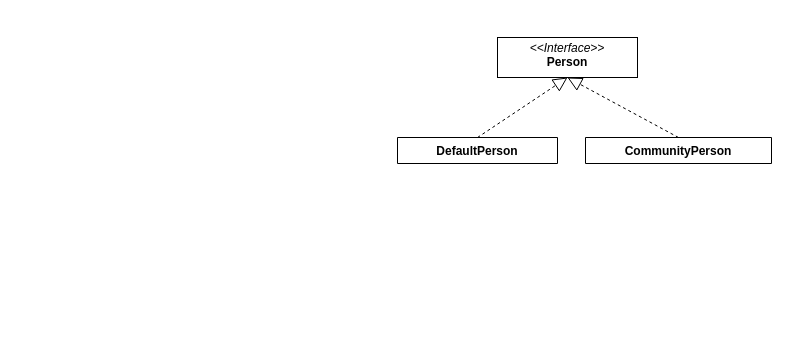
This is diagrams/Abstract Person Factory Class.drawio from rolkon/covid-gof-patterns, a draw.io file, before an edit. Source tidied: cells renumbered, new cells numbered last; positions are measured from the earlier drawing's top-left corner, leaving out a move shared by most shapes. Both pictures are drawn from the tidied source at 100%, with x=0, y=0 at pixel (397, 37).
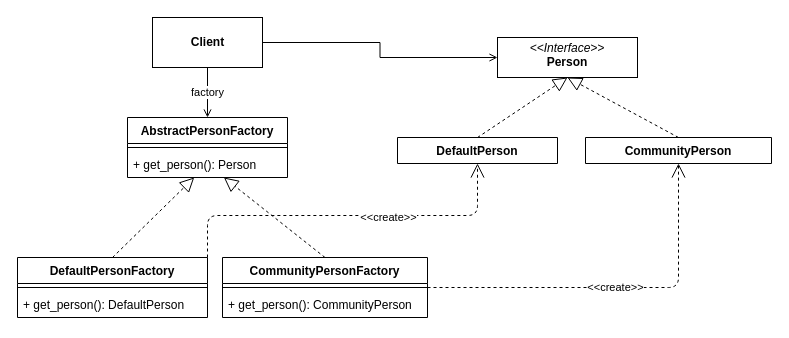
The same diagram, later.

Unchanged cells that the change refers to:
```xml
<mxCell id="2" value="&lt;p style=&quot;margin: 0px ; margin-top: 4px ; text-align: center&quot;&gt;&lt;i&gt;&amp;lt;&amp;lt;Interface&amp;gt;&amp;gt;&lt;/i&gt;&lt;br&gt;&lt;b&gt;Person&lt;/b&gt;&lt;/p&gt;&lt;p style=&quot;margin: 0px ; margin-left: 4px&quot;&gt;&lt;br&gt;&lt;/p&gt;" style="verticalAlign=top;align=left;overflow=fill;fontSize=12;fontFamily=Helvetica;html=1;" parent="1" vertex="1">
  <mxGeometry x="100" width="140" height="40" as="geometry" />
</mxCell>
<mxCell id="5" value="CommunityPerson" style="swimlane;fontStyle=1;align=center;verticalAlign=top;horizontal=1;startSize=26;" parent="1" vertex="1" collapsed="1">
  <mxGeometry x="188" y="100" width="186" height="26" as="geometry" />
</mxCell>
<mxCell id="6" value="DefaultPerson" style="swimlane;fontStyle=1;align=center;verticalAlign=top;horizontal=1;startSize=26;" parent="1" vertex="1" collapsed="1">
  <mxGeometry y="100" width="160" height="26" as="geometry" />
</mxCell>
```

Diff of the diagram source:
```diff
@@
+    <mxCell id="7" value="factory" style="edgeStyle=orthogonalEdgeStyle;rounded=0;jettySize=auto;html=1;exitX=0.5;exitY=1;exitDx=0;exitDy=0;entryX=0.5;entryY=0;entryDx=0;entryDy=0;endArrow=open;endFill=0;" parent="1" edge="1" source="9" target="21">
+      <mxGeometry relative="1" as="geometry" />
+    </mxCell>
+    <mxCell id="8" style="edgeStyle=orthogonalEdgeStyle;rounded=0;jumpStyle=sharp;jettySize=auto;html=1;endArrow=open;endFill=0;" parent="1" edge="1" source="9" target="2">
+      <mxGeometry relative="1" as="geometry" />
+    </mxCell>
+    <mxCell id="9" value="&lt;b&gt;Client&lt;/b&gt;" style="html=1;" parent="1" vertex="1">
+      <mxGeometry x="-245" y="-20" width="110" height="50" as="geometry" />
+    </mxCell>
+    <mxCell id="10" style="endArrow=block;dashed=1;endFill=0;endSize=12;html=1;exitX=0.5;exitY=0;exitDx=0;exitDy=0;" parent="1" edge="1" source="18" target="23">
+      <mxGeometry relative="1" as="geometry" />
+    </mxCell>
+    <mxCell id="11" style="endArrow=block;dashed=1;endFill=0;endSize=12;html=1;exitX=0.5;exitY=0;exitDx=0;exitDy=0;" parent="1" edge="1" source="15" target="23">
+      <mxGeometry relative="1" as="geometry" />
+    </mxCell>
+    <mxCell id="12" style="edgeStyle=orthogonalEdgeStyle;rounded=1;jettySize=auto;html=1;exitX=1;exitY=0;exitDx=0;exitDy=0;entryX=0.5;entryY=1;entryDx=0;entryDy=0;dashed=1;endArrow=open;endSize=12;" parent="1" edge="1" source="18" target="6">
+      <mxGeometry relative="1" as="geometry" />
+    </mxCell>
+    <mxCell id="13" value="&amp;lt;&amp;lt;create&amp;gt;&amp;gt;" style="edgeLabel;html=1;align=center;verticalAlign=middle;" parent="12" vertex="1">
+      <mxGeometry x="0.22" y="-1" relative="1" as="geometry" />
+    </mxCell>
+    <mxCell id="14" value="&amp;lt;&amp;lt;create&amp;gt;&amp;gt;" style="endArrow=open;endSize=12;dashed=1;html=1;entryX=0.5;entryY=1;entryDx=0;entryDy=0;exitX=1;exitY=0.5;exitDx=0;exitDy=0;jumpStyle=sharp;edgeStyle=orthogonalEdgeStyle;" parent="1" edge="1" source="15" target="5">
+      <mxGeometry relative="1" as="geometry" />
+    </mxCell>
+    <mxCell id="15" value="CommunityPersonFactory" style="swimlane;fontStyle=1;align=center;verticalAlign=top;horizontal=1;startSize=26;" parent="1" vertex="1">
+      <mxGeometry x="-175" y="220" width="205" height="60" as="geometry" />
+    </mxCell>
+    <mxCell id="16" style="line;strokeWidth=1;fillColor=none;align=left;verticalAlign=middle;spacingTop=-1;spacingLeft=3;spacingRight=3;labelPosition=right;" parent="15" vertex="1">
+      <mxGeometry y="26" width="205" height="8" as="geometry" />
+    </mxCell>
+    <mxCell id="17" value="+ get_person(): CommunityPerson" style="text;strokeColor=none;fillColor=none;align=left;verticalAlign=top;spacingLeft=4;spacingRight=4;overflow=hidden;" parent="15" vertex="1">
+      <mxGeometry y="34" width="205" height="26" as="geometry" />
+    </mxCell>
+    <mxCell id="18" value="DefaultPersonFactory" style="swimlane;fontStyle=1;align=center;verticalAlign=top;horizontal=1;startSize=26;" parent="1" vertex="1">
+      <mxGeometry x="-380" y="220" width="190" height="60" as="geometry" />
+    </mxCell>
+    <mxCell id="19" style="line;strokeWidth=1;fillColor=none;align=left;verticalAlign=middle;spacingTop=-1;spacingLeft=3;spacingRight=3;labelPosition=right;" parent="18" vertex="1">
+      <mxGeometry y="26" width="190" height="8" as="geometry" />
+    </mxCell>
+    <mxCell id="20" value="+ get_person(): DefaultPerson" style="text;strokeColor=none;fillColor=none;align=left;verticalAlign=top;spacingLeft=4;spacingRight=4;overflow=hidden;" parent="18" vertex="1">
+      <mxGeometry y="34" width="190" height="26" as="geometry" />
+    </mxCell>
+    <mxCell id="21" value="AbstractPersonFactory" style="swimlane;fontStyle=1;align=center;verticalAlign=top;horizontal=1;startSize=26;" parent="1" vertex="1">
+      <mxGeometry x="-270" y="80" width="160" height="60" as="geometry" />
+    </mxCell>
+    <mxCell id="22" style="line;strokeWidth=1;fillColor=none;align=left;verticalAlign=middle;spacingTop=-1;spacingLeft=3;spacingRight=3;labelPosition=right;" parent="21" vertex="1">
+      <mxGeometry y="26" width="160" height="8" as="geometry" />
+    </mxCell>
+    <mxCell id="23" value="+ get_person(): Person" style="text;strokeColor=none;fillColor=none;align=left;verticalAlign=top;spacingLeft=4;spacingRight=4;overflow=hidden;points=[[0,0.5],[1,0.5]];portConstraint=eastwest;" parent="21" vertex="1">
+      <mxGeometry y="34" width="160" height="26" as="geometry" />
+    </mxCell>
```
